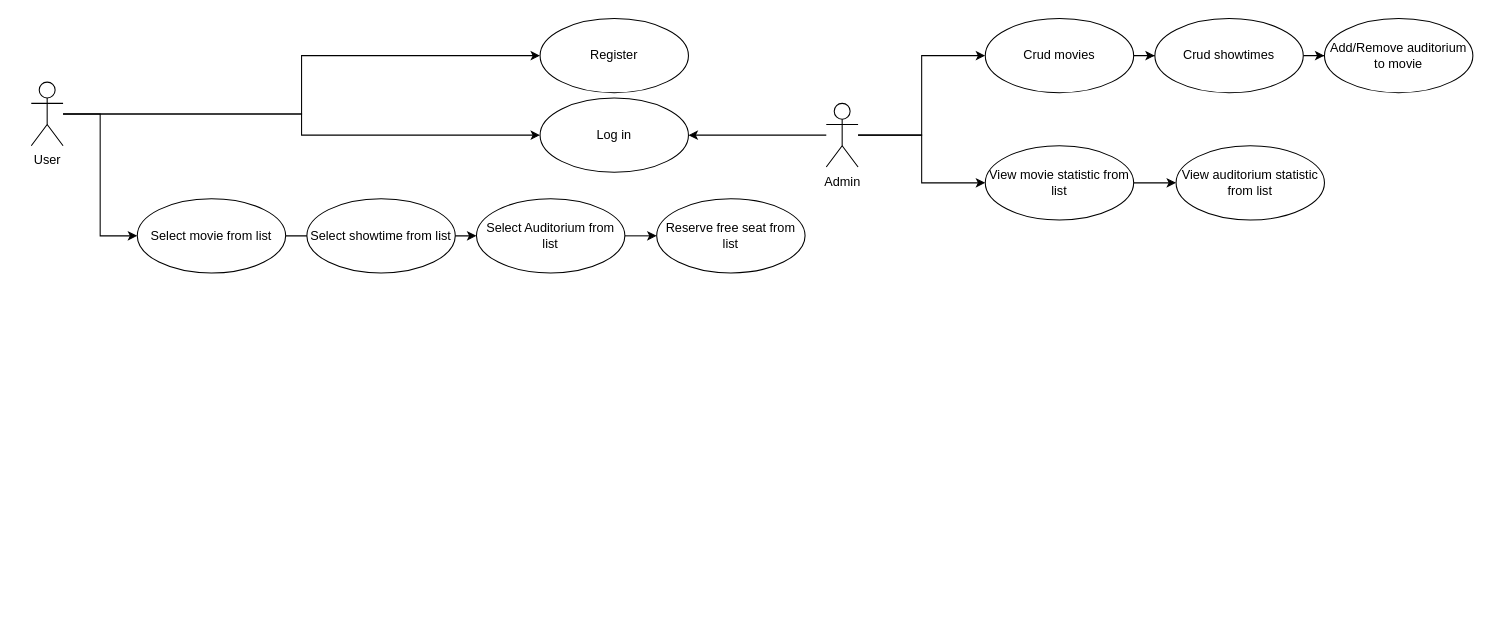
Before: diagrams/use-case.drawio in MykhailoTiutiun/movie-reservation-system, a draw.io diagram. Source tidied: cells renumbered, new cells numbered last; positions are measured from the earlier drawing's top-left corner, leaving out a move shared by most shapes. Both pictures are drawn from the tidied source at 106%, with x=0, y=0 at pixel (31, 18).
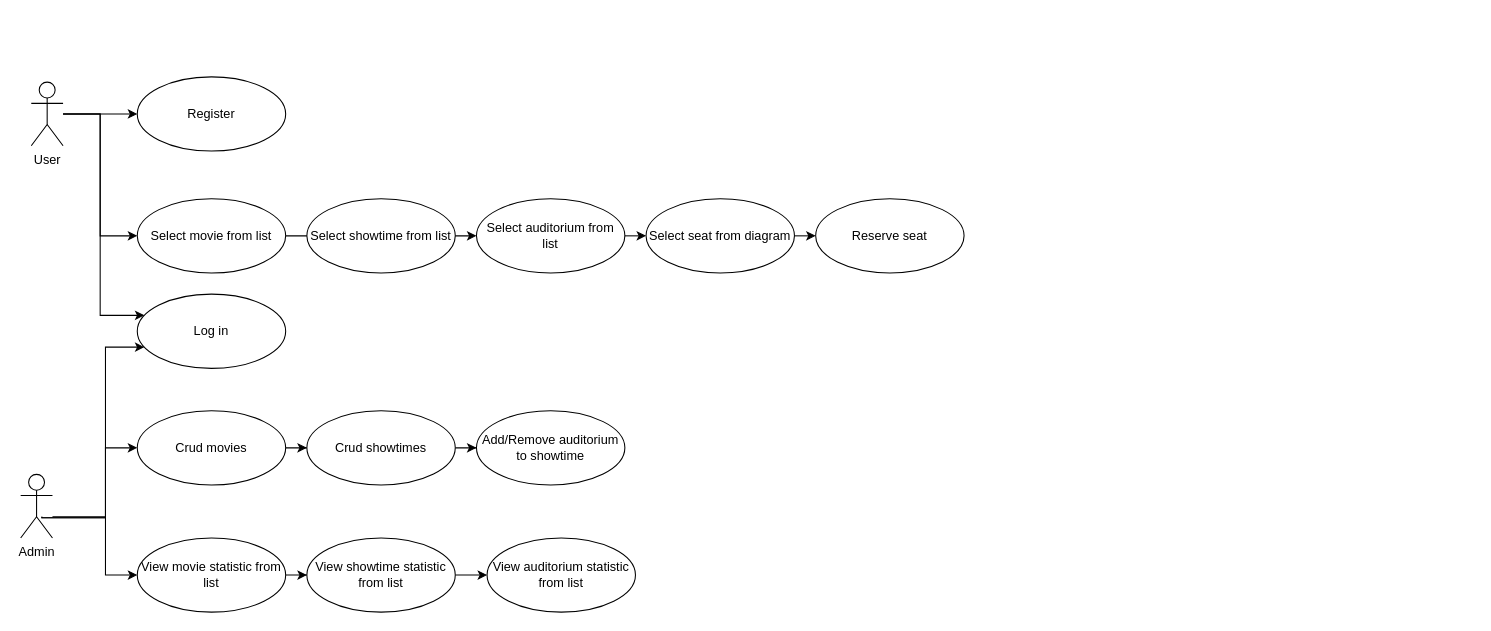
The same diagram, later.

Unchanged cells that the change refers to:
```xml
<mxCell id="9" value="User" style="shape=umlActor;verticalLabelPosition=bottom;verticalAlign=top;html=1;" parent="1" vertex="1">
  <mxGeometry y="60" width="30" height="60" as="geometry" />
</mxCell>
```

The edit, as a diff of the source:
```diff
@@
-    <mxCell id="2" style="edgeStyle=orthogonalEdgeStyle;rounded=0;jettySize=auto;html=1;entryX=1;entryY=0.5;entryDx=0;entryDy=0;" parent="1" edge="1" source="5" target="10">
-      <mxGeometry relative="1" as="geometry" />
+    <mxCell id="2" style="edgeStyle=orthogonalEdgeStyle;rounded=0;jettySize=auto;html=1;" parent="1" edge="1" source="5" target="10">
+      <mxGeometry relative="1" as="geometry">
+        <Array as="points">
+          <mxPoint x="70" y="470" />
+          <mxPoint x="70" y="310" />
+        </Array>
+      </mxGeometry>
     </mxCell>
-    <mxCell id="3" style="edgeStyle=orthogonalEdgeStyle;rounded=0;jettySize=auto;html=1;entryX=0;entryY=0.5;entryDx=0;entryDy=0;" parent="1" edge="1" source="5" target="13">
-      <mxGeometry relative="1" as="geometry" />
+    <mxCell id="3" style="edgeStyle=orthogonalEdgeStyle;rounded=0;jettySize=auto;html=1;entryX=0;entryY=0.5;entryDx=0;entryDy=0;" parent="1" edge="1" target="13">
+      <mxGeometry relative="1" as="geometry">
+        <mxPoint x="10" y="470" as="sourcePoint" />
+        <Array as="points">
+          <mxPoint x="10" y="471" />
+          <mxPoint x="70" y="471" />
+          <mxPoint x="70" y="405" />
+        </Array>
+      </mxGeometry>
     </mxCell>
-    <mxCell id="4" style="edgeStyle=orthogonalEdgeStyle;rounded=0;jettySize=auto;html=1;entryX=0;entryY=0.5;entryDx=0;entryDy=0;" parent="1" edge="1" source="5" target="20">
-      <mxGeometry relative="1" as="geometry" />
+    <mxCell id="4" style="edgeStyle=orthogonalEdgeStyle;rounded=0;jettySize=auto;html=1;entryX=0;entryY=0.5;entryDx=0;entryDy=0;" parent="1" edge="1" target="20">
+      <mxGeometry relative="1" as="geometry">
+        <mxPoint x="10" y="470" as="sourcePoint" />
+        <Array as="points">
+          <mxPoint x="10" y="471" />
+          <mxPoint x="70" y="471" />
+          <mxPoint x="70" y="525" />
+        </Array>
+      </mxGeometry>
     </mxCell>
     <mxCell id="5" value="Admin" style="shape=umlActor;verticalLabelPosition=bottom;verticalAlign=top;html=1;" parent="1" vertex="1">
-      <mxGeometry x="750" y="80" width="30" height="60" as="geometry" />
+      <mxGeometry x="-10" y="430" width="30" height="60" as="geometry" />
     </mxCell>
-    <mxCell id="6" style="edgeStyle=orthogonalEdgeStyle;rounded=0;jettySize=auto;html=1;entryX=0;entryY=0.5;entryDx=0;entryDy=0;" parent="1" edge="1" source="9" target="10">
-      <mxGeometry relative="1" as="geometry" />
+    <mxCell id="6" style="edgeStyle=orthogonalEdgeStyle;rounded=0;jettySize=auto;html=1;" parent="1" edge="1" source="9" target="10">
+      <mxGeometry relative="1" as="geometry">
+        <Array as="points">
+          <mxPoint x="65" y="90" />
+          <mxPoint x="65" y="280" />
+        </Array>
+      </mxGeometry>
     </mxCell>
@@
     <mxCell id="10" value="Log in" style="ellipse;whiteSpace=wrap;html=1;" parent="1" vertex="1">
-      <mxGeometry x="480" y="75" width="140" height="70" as="geometry" />
+      <mxGeometry x="100" y="260" width="140" height="70" as="geometry" />
     </mxCell>
     <mxCell id="11" value="Register" style="ellipse;whiteSpace=wrap;html=1;" parent="1" vertex="1">
-      <mxGeometry x="480" width="140" height="70" as="geometry" />
+      <mxGeometry x="100" y="55" width="140" height="70" as="geometry" />
     </mxCell>
@@
     <mxCell id="13" value="Crud movies" style="ellipse;whiteSpace=wrap;html=1;" parent="1" vertex="1">
-      <mxGeometry x="900" width="140" height="70" as="geometry" />
+      <mxGeometry x="100" y="370" width="140" height="70" as="geometry" />
     </mxCell>
@@
-    <mxCell id="16" style="edgeStyle=orthogonalEdgeStyle;rounded=0;jettySize=auto;html=1;exitX=1;exitY=0.5;exitDx=0;exitDy=0;entryX=0;entryY=0.5;entryDx=0;entryDy=0;" parent="1" edge="1" source="17" target="18">
+    <mxCell id="16" style="edgeStyle=orthogonalEdgeStyle;rounded=0;jettySize=auto;html=1;exitX=1;exitY=0.5;exitDx=0;exitDy=0;entryX=0;entryY=0.5;entryDx=0;entryDy=0;" parent="1" edge="1" source="30" target="18">
       <mxGeometry relative="1" as="geometry" />
     </mxCell>
-    <mxCell id="17" value="Select Auditorium from list" style="ellipse;whiteSpace=wrap;html=1;" parent="1" vertex="1">
+    <mxCell id="17" value="Select auditorium from list" style="ellipse;whiteSpace=wrap;html=1;" parent="1" vertex="1">
       <mxGeometry x="420" y="170" width="140" height="70" as="geometry" />
     </mxCell>
-    <mxCell id="18" value="Reserve free seat from list" style="ellipse;whiteSpace=wrap;html=1;" parent="1" vertex="1">
-      <mxGeometry x="590" y="170" width="140" height="70" as="geometry" />
+    <mxCell id="18" value="Reserve seat" style="ellipse;whiteSpace=wrap;html=1;" parent="1" vertex="1">
+      <mxGeometry x="740" y="170" width="140" height="70" as="geometry" />
     </mxCell>
-    <mxCell id="19" style="edgeStyle=orthogonalEdgeStyle;rounded=0;jettySize=auto;html=1;entryX=0;entryY=0.5;entryDx=0;entryDy=0;" parent="1" edge="1" source="20" target="21">
-      <mxGeometry relative="1" as="geometry" />
-    </mxCell>
+    <mxCell id="26" style="edgeStyle=orthogonalEdgeStyle;rounded=0;jettySize=auto;html=1;" parent="1" edge="1" source="20" target="28">
+      <mxGeometry relative="1" as="geometry" />
+    </mxCell>
     <mxCell id="20" value="View movie statistic from list" style="ellipse;whiteSpace=wrap;html=1;" parent="1" vertex="1">
-      <mxGeometry x="900" y="120" width="140" height="70" as="geometry" />
+      <mxGeometry x="100" y="490" width="140" height="70" as="geometry" />
     </mxCell>
     <mxCell id="21" value="View auditorium statistic from list" style="ellipse;whiteSpace=wrap;html=1;" parent="1" vertex="1">
-      <mxGeometry x="1080" y="120" width="140" height="70" as="geometry" />
+      <mxGeometry x="430" y="490" width="140" height="70" as="geometry" />
     </mxCell>
-    <mxCell id="22" value="Add/Remove auditorium to movie" style="ellipse;whiteSpace=wrap;html=1;" parent="1" vertex="1">
-      <mxGeometry x="1220" width="140" height="70" as="geometry" />
+    <mxCell id="22" value="Add/Remove auditorium to showtime" style="ellipse;whiteSpace=wrap;html=1;" parent="1" vertex="1">
+      <mxGeometry x="420" y="370" width="140" height="70" as="geometry" />
     </mxCell>
@@
     <mxCell id="25" value="Crud showtimes" style="ellipse;whiteSpace=wrap;html=1;" parent="1" vertex="1">
-      <mxGeometry x="1060" width="140" height="70" as="geometry" />
+      <mxGeometry x="260" y="370" width="140" height="70" as="geometry" />
     </mxCell>
+    <mxCell id="27" style="edgeStyle=orthogonalEdgeStyle;rounded=0;jettySize=auto;html=1;entryX=0;entryY=0.5;entryDx=0;entryDy=0;" parent="1" edge="1" source="28" target="21">
+      <mxGeometry relative="1" as="geometry" />
+    </mxCell>
+    <mxCell id="28" value="View showtime statistic from list" style="ellipse;whiteSpace=wrap;html=1;" parent="1" vertex="1">
+      <mxGeometry x="260" y="490" width="140" height="70" as="geometry" />
+    </mxCell>
+    <mxCell id="29" style="edgeStyle=orthogonalEdgeStyle;rounded=0;jettySize=auto;html=1;exitX=1;exitY=0.5;exitDx=0;exitDy=0;entryX=0;entryY=0.5;entryDx=0;entryDy=0;" parent="1" edge="1" source="17" target="30">
+      <mxGeometry relative="1" as="geometry" />
+    </mxCell>
+    <mxCell id="30" value="Select seat from diagram" style="ellipse;whiteSpace=wrap;html=1;" parent="1" vertex="1">
+      <mxGeometry x="580" y="170" width="140" height="70" as="geometry" />
+    </mxCell>
```
